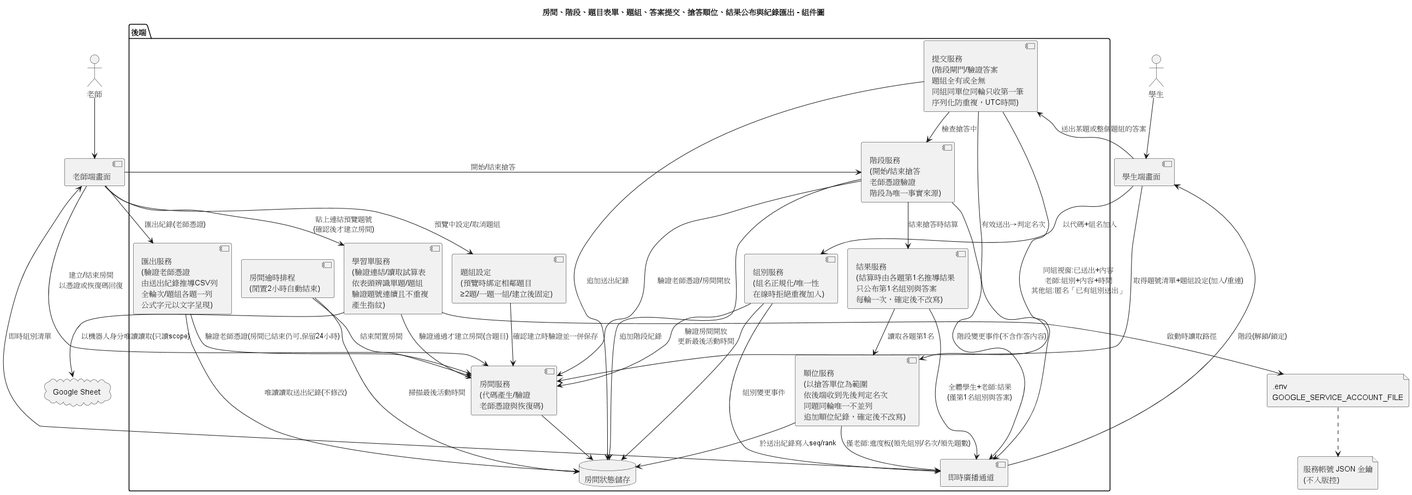
Above: diagrams/component.png in lin900822/ncu-se-final (PlantUML), before the change.
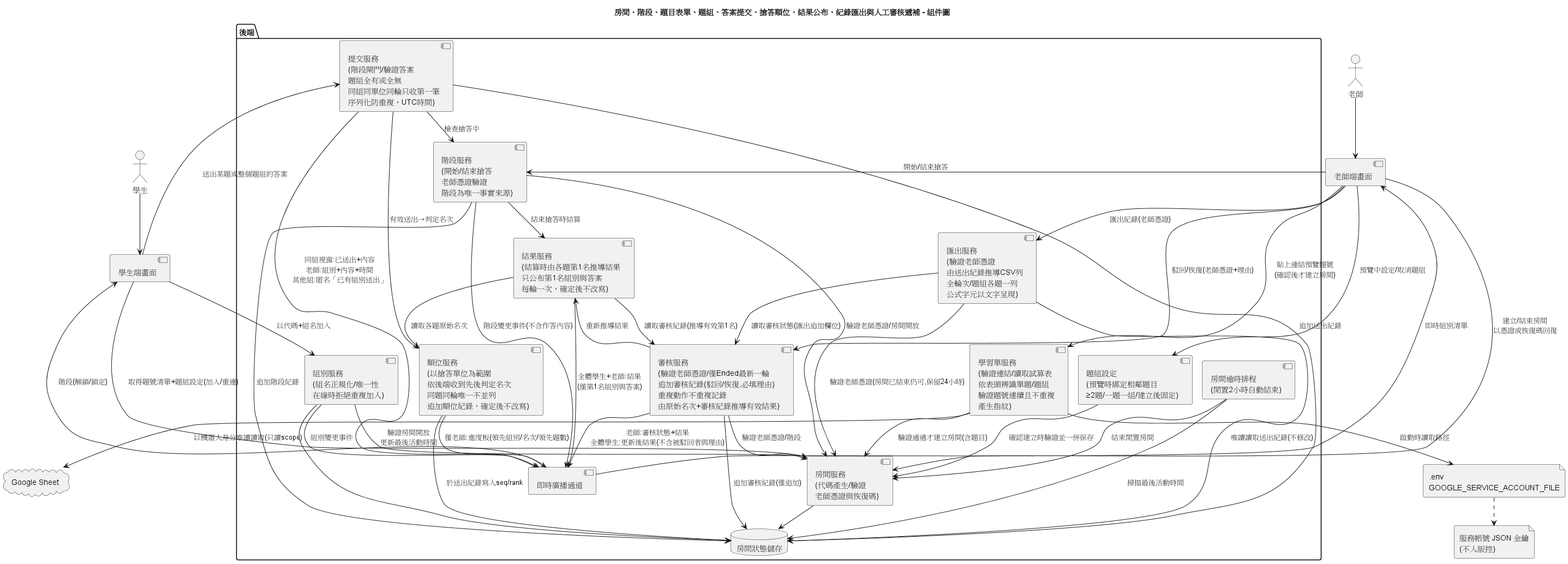
Later version of the same file.

What changed in the source:
```diff
@@ -1,6 +1,6 @@
 @startuml component
 !pragma layout smetana
-title 房間、階段、題目表單、題組、答案提交、搶答順位、結果公布與紀錄匯出 - 組件圖
+title 房間、階段、題目表單、題組、答案提交、搶答順位、結果公布、紀錄匯出與人工審核遞補 - 組件圖
 actor 老師
 actor 學生
 component "老師端畫面" as TUI
@@ -14,6 +14,7 @@
   component "順位服務\n(以搶答單位為範圍\n依後端收到先後判定名次\n同題同輪唯一不並列\n追加順位紀錄，確定後不改寫)" as RankSvc
   component "結果服務\n(結算時由各題第1名推導結果\n只公布第1名組別與答案\n每輪一次，確定後不改寫)" as ResultSvc
   component "匯出服務\n(驗證老師憑證\n由送出紀錄推導CSV列\n全輪次/題組各題一列\n公式字元以文字呈現)" as ExportSvc
+  component "審核服務\n(驗證老師憑證/僅Ended最新一輪\n追加審核紀錄(駁回/恢復,必填理由)\n重複動作不重複記錄\n由原始名次+審核紀錄推導有效結果)" as ReviewSvc
   component "階段服務\n(開始/結束搶答\n老師憑證驗證\n階段為唯一事實來源)" as PhaseSvc
   component "房間逾時排程\n(閒置2小時自動結束)" as Expiry
   component "即時廣播通道" as Realtime
@@ -41,7 +42,14 @@
 SubmitSvc --> Realtime : 同組視窗:已送出+內容\n老師:組別+內容+時間\n其他組:匿名「已有組別送出」
 PhaseSvc --> ResultSvc : 結束搶答時結算
 ResultSvc --> Realtime : 全體學生+老師:結果\n(僅第1名組別與答案)
-ResultSvc --> RankSvc : 讀取各題第1名
+ResultSvc --> RankSvc : 讀取各題原始名次
+ResultSvc --> ReviewSvc : 讀取審核紀錄(推導有效第1名)
+TUI --> ReviewSvc : 駁回/恢復(老師憑證+理由)
+ReviewSvc --> RoomSvc : 驗證老師憑證/階段
+ReviewSvc --> Store : 追加審核紀錄(僅追加)
+ReviewSvc --> ResultSvc : 重新推導結果
+ReviewSvc --> Realtime : 老師:審核狀態+結果\n全體學生:更新後結果(不含被駁回者與理由)
+ExportSvc --> ReviewSvc : 讀取審核狀態(匯出追加欄位)
 TUI --> PhaseSvc : 開始/結束搶答
 TUI --> ExportSvc : 匯出紀錄(老師憑證)
 ExportSvc --> RoomSvc : 驗證老師憑證(房間已結束仍可,保留24小時)
```
